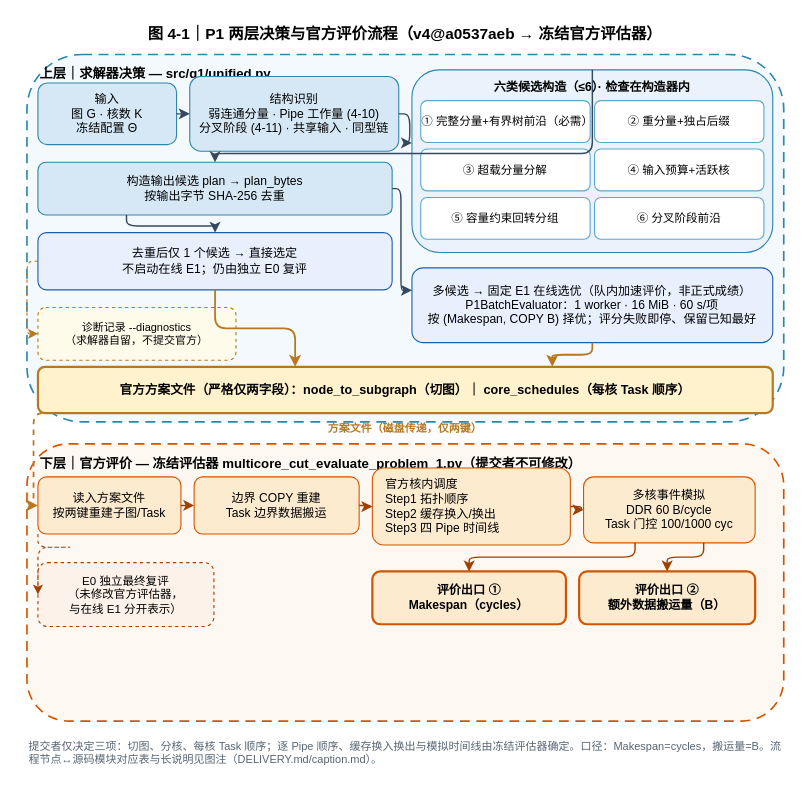
Above: figures/a/jia-fig4-1-20260926/fig4-1-p1-two-layer-flow.drawio in Vioano/huaweicup2026 (draw.io), before the change. Source tidied: cells renumbered, new cells numbered last; positions are measured from the earlier drawing's top-left corner, leaving out a move shared by most shapes. Both pictures are drawn from the tidied source at 110%, with x=0, y=0 at pixel (20, 19).
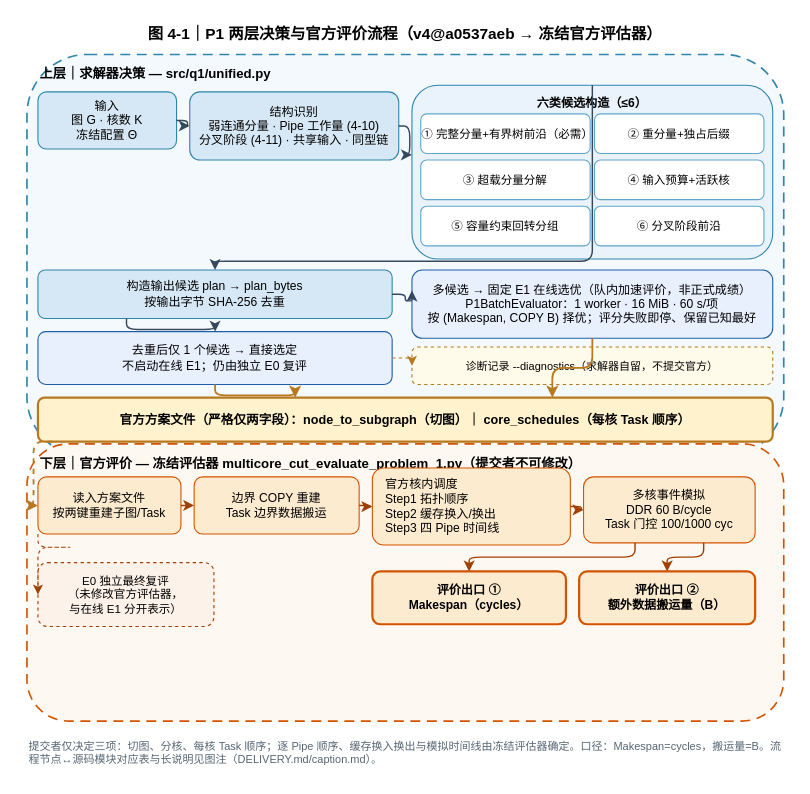
The same diagram, later.

Commit message (it also covers changes not shown here):
figures(4-1/4-2) v6-final: independent title bands, candBox exit rerouted, 4-2 vertical compaction (viewBox 724x1054, 240.2mm @165mm within text height), hashes recomputed after all edits

What changed in the source:
```diff
@@
     <mxCell id="3" value="上层｜求解器决策 — src/q1/unified.py" style="rounded=1;whiteSpace=wrap;html=1;dashed=1;dashPattern=6 4;fillColor=#F4F9FD;strokeColor=#2E86AB;strokeWidth=1.5;fontSize=12;fontStyle=1;fontFamily=Microsoft YaHei;verticalAlign=top;align=left;spacingLeft=10;spacingTop=4;" parent="1" vertex="1">
-      <mxGeometry x="6" y="32" width="688" height="334" as="geometry" />
+      <mxGeometry x="6" y="32" width="688" height="366" as="geometry" />
     </mxCell>
     <mxCell id="4" value="输入&#10;图 G · 核数 K&#10;冻结配置 Θ" style="rounded=1;whiteSpace=wrap;html=1;fillColor=#D6E8F5;strokeColor=#2E86AB;fontSize=11;fontFamily=Microsoft YaHei;" parent="1" vertex="1">
-      <mxGeometry x="16" y="58" width="126" height="56" as="geometry" />
+      <mxGeometry x="16" y="66" width="126" height="52" as="geometry" />
     </mxCell>
     <mxCell id="5" value="结构识别&#10;弱连通分量 · Pipe 工作量 (4-10)&#10;分叉阶段 (4-11) · 共享输入 · 同型链" style="rounded=1;whiteSpace=wrap;html=1;fillColor=#D6E8F5;strokeColor=#2E86AB;fontSize=11;fontFamily=Microsoft YaHei;" parent="1" vertex="1">
-      <mxGeometry x="154" y="52" width="190" height="68" as="geometry" />
+      <mxGeometry x="154" y="66" width="190" height="62" as="geometry" />
     </mxCell>
-    <mxCell id="6" value="六类候选构造（≤6）· 检查在构造器内" style="rounded=1;whiteSpace=wrap;html=1;fillColor=#EAF3FB;strokeColor=#2E86AB;fontSize=11;fontStyle=1;fontFamily=Microsoft YaHei;verticalAlign=top;spacingTop=3;" parent="1" vertex="1">
-      <mxGeometry x="356" y="46" width="328" height="166" as="geometry" />
+    <mxCell id="6" value="六类候选构造（≤6）" style="rounded=1;whiteSpace=wrap;html=1;fillColor=#EAF3FB;strokeColor=#2E86AB;fontSize=11;fontStyle=1;fontFamily=Microsoft YaHei;verticalAlign=top;spacingTop=3;" parent="1" vertex="1">
+      <mxGeometry x="356" y="60" width="328" height="158" as="geometry" />
     </mxCell>
     <mxCell id="7" value="① 完整分量+有界树前沿（必需）" style="rounded=1;whiteSpace=wrap;html=1;fillColor=#FFFFFF;strokeColor=#5DA7CC;fontSize=10.5;fontFamily=Microsoft YaHei;" parent="6" vertex="1">
-      <mxGeometry x="8" y="28" width="154" height="38" as="geometry" />
+      <mxGeometry x="8" y="26" width="154" height="36" as="geometry" />
     </mxCell>
     <mxCell id="8" value="② 重分量+独占后缀" style="rounded=1;whiteSpace=wrap;html=1;fillColor=#FFFFFF;strokeColor=#5DA7CC;fontSize=10.5;fontFamily=Microsoft YaHei;" parent="6" vertex="1">
-      <mxGeometry x="166" y="28" width="154" height="38" as="geometry" />
+      <mxGeometry x="166" y="26" width="154" height="36" as="geometry" />
     </mxCell>
     <mxCell id="9" value="③ 超载分量分解" style="rounded=1;whiteSpace=wrap;html=1;fillColor=#FFFFFF;strokeColor=#5DA7CC;fontSize=10.5;fontFamily=Microsoft YaHei;" parent="6" vertex="1">
-      <mxGeometry x="8" y="72" width="154" height="38" as="geometry" />
+      <mxGeometry x="8" y="68" width="154" height="36" as="geometry" />
     </mxCell>
     <mxCell id="10" value="④ 输入预算+活跃核" style="rounded=1;whiteSpace=wrap;html=1;fillColor=#FFFFFF;strokeColor=#5DA7CC;fontSize=10.5;fontFamily=Microsoft YaHei;" parent="6" vertex="1">
-      <mxGeometry x="166" y="72" width="154" height="38" as="geometry" />
+      <mxGeometry x="166" y="68" width="154" height="36" as="geometry" />
     </mxCell>
     <mxCell id="11" value="⑤ 容量约束回转分组" style="rounded=1;whiteSpace=wrap;html=1;fillColor=#FFFFFF;strokeColor=#5DA7CC;fontSize=10.5;fontFamily=Microsoft YaHei;" parent="6" vertex="1">
-      <mxGeometry x="8" y="116" width="154" height="38" as="geometry" />
+      <mxGeometry x="8" y="110" width="154" height="36" as="geometry" />
     </mxCell>
     <mxCell id="12" value="⑥ 分叉阶段前沿" style="rounded=1;whiteSpace=wrap;html=1;fillColor=#FFFFFF;strokeColor=#5DA7CC;fontSize=10.5;fontFamily=Microsoft YaHei;" parent="6" vertex="1">
-      <mxGeometry x="166" y="116" width="154" height="38" as="geometry" />
+      <mxGeometry x="166" y="110" width="154" height="36" as="geometry" />
     </mxCell>
     <mxCell id="13" value="构造输出候选 plan → plan_bytes&#10;按输出字节 SHA-256 去重" style="rounded=1;whiteSpace=wrap;html=1;fillColor=#D6E8F5;strokeColor=#2E86AB;fontSize=11;fontFamily=Microsoft YaHei;" parent="1" vertex="1">
-      <mxGeometry x="16" y="130" width="322" height="48" as="geometry" />
+      <mxGeometry x="16" y="228" width="322" height="44" as="geometry" />
     </mxCell>
     <mxCell id="14" value="去重后仅 1 个候选 → 直接选定&#10;不启动在线 E1；仍由独立 E0 复评" style="rounded=1;whiteSpace=wrap;html=1;fillColor=#E8F0FE;strokeColor=#1F5FA8;fontSize=11;fontFamily=Microsoft YaHei;" parent="1" vertex="1">
-      <mxGeometry x="16" y="194" width="322" height="52" as="geometry" />
+      <mxGeometry x="16" y="284" width="322" height="48" as="geometry" />
     </mxCell>
     <mxCell id="15" value="多候选 → 固定 E1 在线选优（队内加速评价，非正式成绩）&#10;P1BatchEvaluator：1 worker · 16 MiB · 60 s/项&#10;按 (Makespan, COPY B) 择优；评分失败即停、保留已知最好" style="rounded=1;whiteSpace=wrap;html=1;fillColor=#E8F0FE;strokeColor=#1F5FA8;fontSize=11;fontFamily=Microsoft YaHei;" parent="1" vertex="1">
-      <mxGeometry x="356" y="226" width="328" height="68" as="geometry" />
+      <mxGeometry x="356" y="228" width="328" height="62" as="geometry" />
     </mxCell>
-    <mxCell id="16" value="诊断记录 --diagnostics&#10;（求解器自留，不提交官方）" style="rounded=1;whiteSpace=wrap;html=1;dashed=1;fillColor=#FFFBEA;strokeColor=#B7791F;fontSize=10;fontFamily=Microsoft YaHei;" parent="1" vertex="1">
-      <mxGeometry x="16" y="262" width="180" height="48" as="geometry" />
+    <mxCell id="16" value="诊断记录 --diagnostics（求解器自留，不提交官方）" style="rounded=1;whiteSpace=wrap;html=1;dashed=1;fillColor=#FFFBEA;strokeColor=#B7791F;fontSize=10;fontFamily=Microsoft YaHei;" parent="1" vertex="1">
+      <mxGeometry x="356" y="298" width="328" height="34" as="geometry" />
     </mxCell>
     <mxCell id="17" value="官方方案文件（严格仅两字段）：node_to_subgraph（切图）｜ core_schedules（每核 Task 顺序）" style="rounded=1;whiteSpace=wrap;html=1;fillColor=#FFF2CC;strokeColor=#B7791F;strokeWidth=2;fontSize=11.5;fontStyle=1;fontFamily=Microsoft YaHei;" parent="1" vertex="1">
-      <mxGeometry x="16" y="316" width="668" height="42" as="geometry" />
+      <mxGeometry x="16" y="344" width="668" height="40" as="geometry" />
     </mxCell>
-    <mxCell id="18" value="方案文件（磁盘传递，仅两键）" style="text;html=1;strokeColor=none;fillColor=none;align=center;verticalAlign=middle;whiteSpace=wrap;rounded=0;fontSize=10;fontStyle=1;fontColor=#B7791F;fontFamily=Microsoft YaHei;" parent="1" vertex="1">
-      <mxGeometry x="260" y="362" width="180" height="20" as="geometry" />
-    </mxCell>
@@
     <mxCell id="30" style="edgeStyle=orthogonalEdgeStyle;rounded=1;html=1;strokeColor=#34495E;strokeWidth=1.3;exitX=0.5;exitY=0;entryX=0.5;entryY=0;" parent="1" edge="1" source="6" target="13">
       <mxGeometry relative="1" as="geometry">
         <Array as="points">
-          <mxPoint x="520" y="122" />
-          <mxPoint x="177" y="122" />
+          <mxPoint x="520" y="220" />
+          <mxPoint x="177" y="220" />
         </Array>
       </mxGeometry>
     </mxCell>
@@
     <mxCell id="32" style="edgeStyle=orthogonalEdgeStyle;rounded=1;html=1;strokeColor=#34495E;strokeWidth=1.3;exitX=1;exitY=0.5;entryX=0;entryY=0.3;" parent="1" edge="1" source="13" target="15">
       <mxGeometry relative="1" as="geometry">
         <Array as="points">
-          <mxPoint x="346" y="154" />
-          <mxPoint x="346" y="246" />
+          <mxPoint x="350" y="250" />
+          <mxPoint x="350" y="256" />
         </Array>
       </mxGeometry>
     </mxCell>
@@
-    <mxCell id="35" style="edgeStyle=orthogonalEdgeStyle;rounded=1;html=1;strokeColor=#B7791F;strokeWidth=1;dashed=1;exitX=0;exitY=0.5;entryX=0;entryY=0.5;" parent="1" edge="1" source="14" target="16">
+    <mxCell id="35" style="edgeStyle=orthogonalEdgeStyle;rounded=1;html=1;strokeColor=#B7791F;strokeWidth=1;dashed=1;exitX=1;exitY=0.5;entryX=0;entryY=0.5;" parent="1" edge="1" source="14" target="16">
       <mxGeometry relative="1" as="geometry" />
     </mxCell>
```
